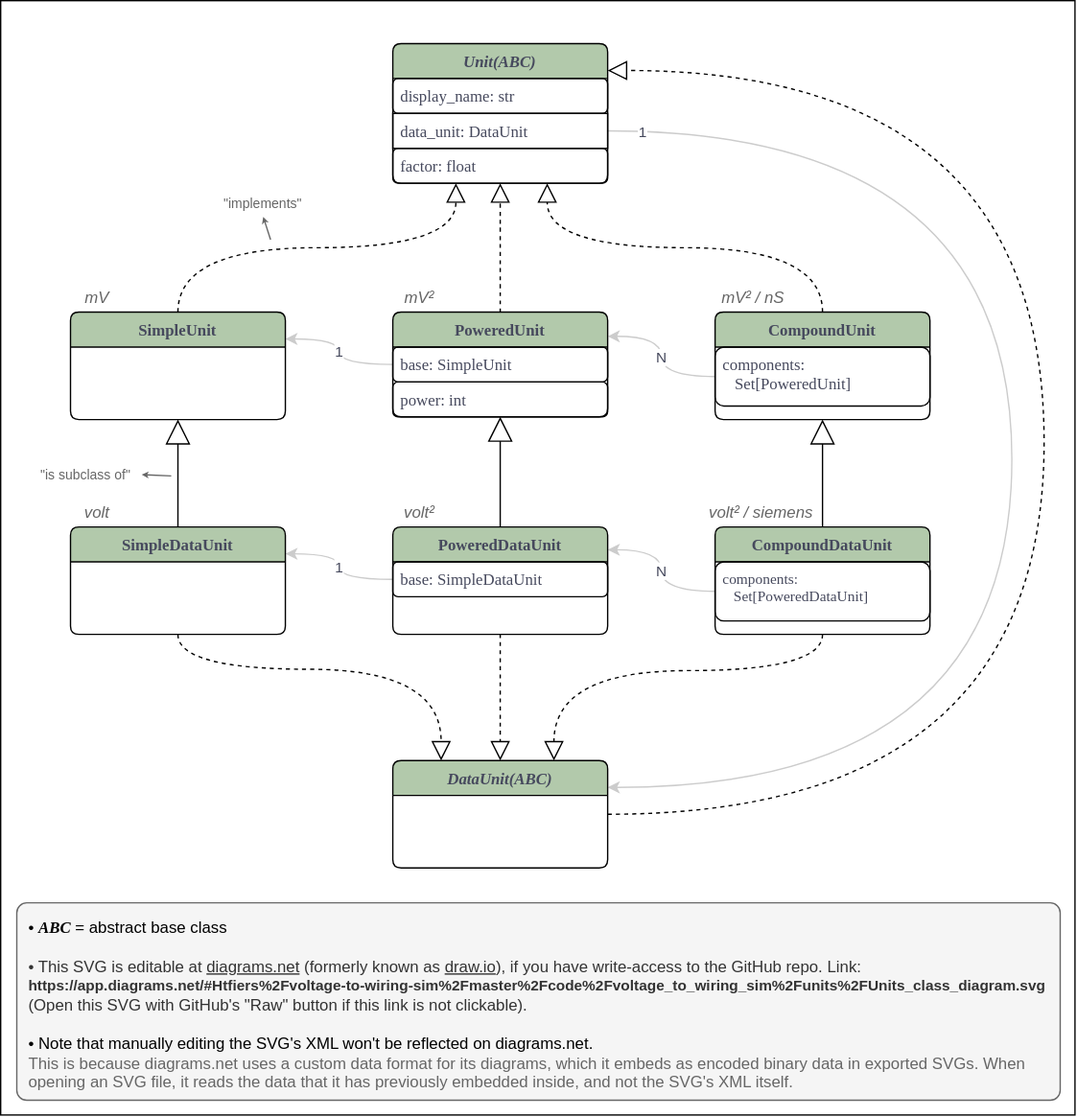
Before: code/voltage_to_wiring_sim/units/Units_class_diagram.svg, a diagram exported from draw.io (tfiers/phd). Source tidied: cells renumbered, new cells last; positions are measured from the earlier drawing's top-left corner, leaving out a move shared by most shapes.
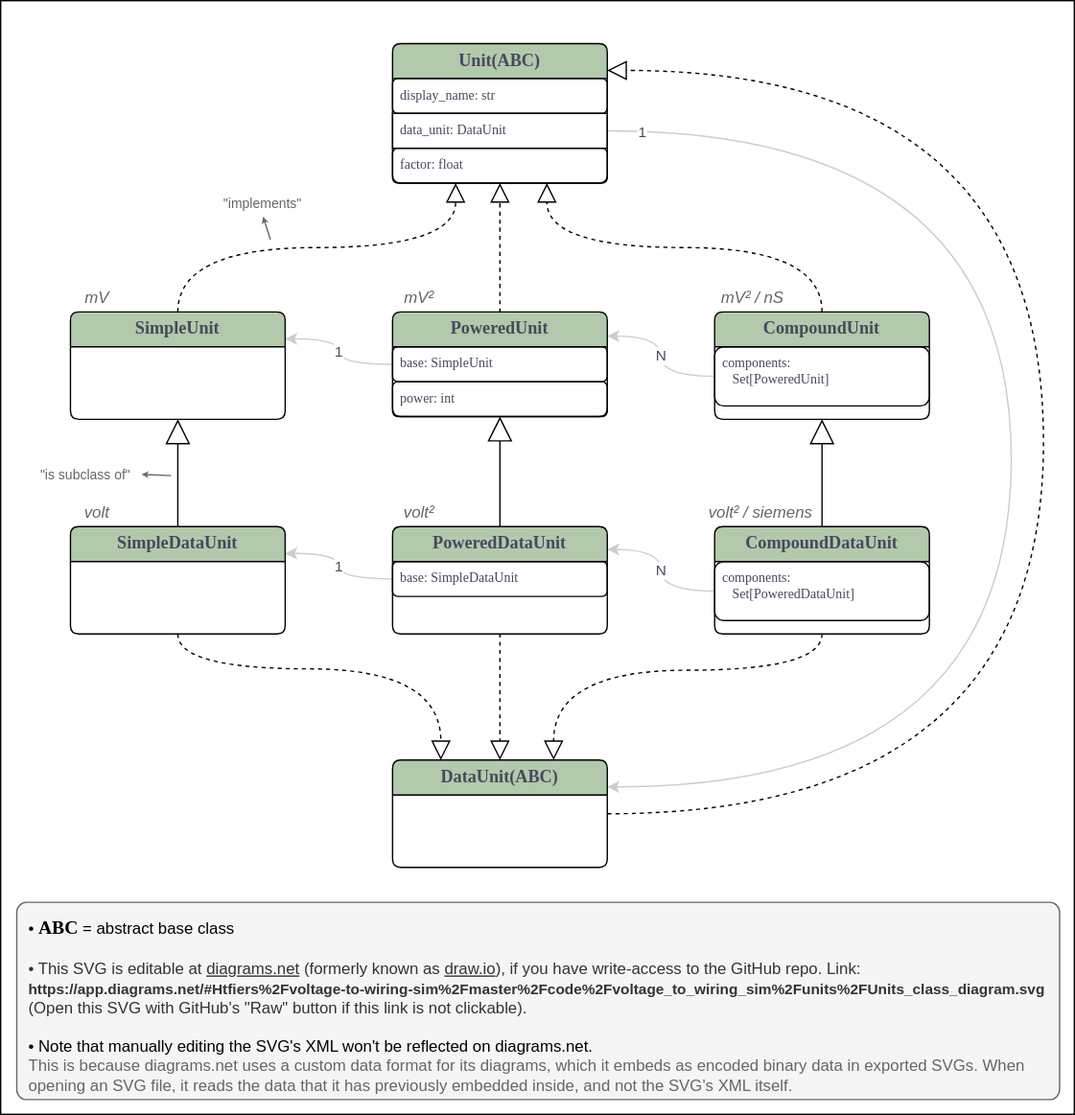
The same file after the commit.

Commit message:
Units_class_diagram: smaller font for attributes

The edit, as a diff of the source:
```diff
@@ -79,7 +79,7 @@
         </Array>
       </mxGeometry>
     </mxCell>
-    <mxCell id="16" value="&lt;span style=&quot;color: rgb(0 , 0 , 0) ; text-align: center&quot;&gt;• &lt;i&gt;&lt;b&gt;&lt;font face=&quot;Lucida Console&quot;&gt;ABC&lt;/font&gt;&lt;/b&gt;&lt;/i&gt; = abstract base class&lt;/span&gt;&lt;i&gt;&lt;br&gt;&lt;br&gt;&lt;/i&gt;• This SVG is editable at &lt;u&gt;diagrams.net&lt;/u&gt;&amp;nbsp;(formerly known as &lt;u&gt;draw.io&lt;/u&gt;), if you have write-access to the GitHub repo. Link:&lt;br&gt;&lt;a href=&quot;https://app.diagrams.net/#Htfiers%2Fvoltage-to-wiring-sim%2Fmaster%2Fcode%2Fvoltage_to_wiring_sim%2Funits%2FUnits_class_diagram.svg&quot;&gt;&lt;font style=&quot;font-size: 11px&quot;&gt;&lt;b&gt;https://app.diagrams.net/#Htfiers%2Fvoltage-to-wiring-sim%2Fmaster%2Fcode%2Fvoltage_to_wiring_sim%2Funits%2FUnits_class_diagram.svg&lt;/b&gt;&lt;/font&gt;&lt;/a&gt;&lt;br&gt;(Open this SVG with GitHub's &quot;Raw&quot; button if this link is not clickable).&lt;br&gt;&lt;font style=&quot;color: rgb(102 , 102 , 102) ; font-size: 8px ; line-height: 80%&quot;&gt;&amp;nbsp;&lt;/font&gt;&lt;br&gt;&lt;font color=&quot;#000000&quot;&gt;• Note that manually editing the SVG's XML won't be reflected on diagrams.net.&lt;/font&gt;&lt;br&gt;&lt;font color=&quot;#666666&quot;&gt;This is because diagrams.net uses a custom data format for its diagrams, which it embeds as encoded binary data in exported SVGs. When opening an SVG file, it reads the data that it has previously embedded inside, and not the SVG's XML itself.&lt;/font&gt;" style="text;html=1;align=left;verticalAlign=top;whiteSpace=wrap;rounded=1;fontSize=12;strokeColor=#666666;fillColor=#f5f5f5;fontColor=#333333;perimeterSpacing=8;arcSize=5;spacing=9;shadow=0;spacingTop=-2;" parent="1" vertex="1">
+    <mxCell id="16" value="&lt;span style=&quot;color: rgb(0 , 0 , 0) ; text-align: center&quot;&gt;• &lt;b&gt;&lt;font face=&quot;Lucida Console&quot; style=&quot;font-size: 14px&quot;&gt;ABC&lt;/font&gt;&lt;/b&gt; = abstract base class&lt;/span&gt;&lt;i&gt;&lt;br&gt;&lt;br&gt;&lt;/i&gt;• This SVG is editable at &lt;u&gt;diagrams.net&lt;/u&gt;&amp;nbsp;(formerly known as &lt;u&gt;draw.io&lt;/u&gt;), if you have write-access to the GitHub repo. Link:&lt;br&gt;&lt;a href=&quot;https://app.diagrams.net/#Htfiers%2Fvoltage-to-wiring-sim%2Fmaster%2Fcode%2Fvoltage_to_wiring_sim%2Funits%2FUnits_class_diagram.svg&quot;&gt;&lt;font style=&quot;font-size: 11px&quot;&gt;&lt;b&gt;https://app.diagrams.net/#Htfiers%2Fvoltage-to-wiring-sim%2Fmaster%2Fcode%2Fvoltage_to_wiring_sim%2Funits%2FUnits_class_diagram.svg&lt;/b&gt;&lt;/font&gt;&lt;/a&gt;&lt;br&gt;(Open this SVG with GitHub's &quot;Raw&quot; button if this link is not clickable).&lt;br&gt;&lt;font style=&quot;color: rgb(102 , 102 , 102) ; font-size: 8px ; line-height: 80%&quot;&gt;&amp;nbsp;&lt;/font&gt;&lt;br&gt;&lt;font color=&quot;#000000&quot;&gt;• Note that manually editing the SVG's XML won't be reflected on diagrams.net.&lt;/font&gt;&lt;br&gt;&lt;font color=&quot;#666666&quot;&gt;This is because diagrams.net uses a custom data format for its diagrams, which it embeds as encoded binary data in exported SVGs. When opening an SVG file, it reads the data that it has previously embedded inside, and not the SVG's XML itself.&lt;/font&gt;" style="text;html=1;align=left;verticalAlign=top;whiteSpace=wrap;rounded=1;fontSize=12;strokeColor=#666666;fillColor=#f5f5f5;fontColor=#333333;perimeterSpacing=8;arcSize=5;spacing=9;shadow=0;spacingTop=-2;" parent="1" vertex="1">
       <mxGeometry x="12" y="672" width="777" height="147" as="geometry" />
     </mxCell>
     <mxCell id="17" value="mV" style="text;html=1;align=center;verticalAlign=middle;whiteSpace=wrap;rounded=0;fontSize=12;fontColor=#666666;fontStyle=2;" parent="1" vertex="1">
@@ -132,52 +132,52 @@
     <mxCell id="29" value="1" style="endArrow=none;html=1;exitX=1;exitY=0.25;exitDx=0;exitDy=0;fontColor=#46495D;startArrow=classic;startFill=1;edgeStyle=orthogonalEdgeStyle;curved=1;strokeColor=#CCCCCC;" parent="1" edge="1" source="30" target="36">
       <mxGeometry relative="1" as="geometry" />
     </mxCell>
-    <mxCell id="30" value="SimpleUnit" style="swimlane;fontStyle=1;align=center;verticalAlign=top;horizontal=1;startSize=26;shadow=0;strokeWidth=1;spacing=0;fillColor=#B2C9AB;strokeColor=#000000;fontColor=#46495D;rounded=1;arcSize=8;spacingTop=2;fontFamily=Lucida Console;" parent="1" vertex="1">
+    <mxCell id="30" value="SimpleUnit" style="swimlane;fontStyle=1;align=center;verticalAlign=top;horizontal=1;startSize=26;shadow=0;strokeWidth=1;spacing=0;fillColor=#B2C9AB;strokeColor=#000000;fontColor=#46495D;rounded=1;arcSize=8;spacingTop=0;fontFamily=Lucida Console;fontSize=13;" parent="1" vertex="1">
       <mxGeometry x="52" y="232" width="160" height="80" as="geometry" />
     </mxCell>
-    <mxCell id="31" value="Unit(ABC)" style="swimlane;fontStyle=3;align=center;verticalAlign=top;horizontal=1;startSize=26;shadow=0;strokeWidth=1;spacing=0;fillColor=#B2C9AB;strokeColor=#000000;fontColor=#46495D;rounded=1;arcSize=8;spacingTop=2;fontFamily=Lucida Console;" parent="1" vertex="1">
+    <mxCell id="31" value="Unit(ABC)" style="swimlane;fontStyle=1;align=center;verticalAlign=top;horizontal=1;startSize=26;shadow=0;strokeWidth=1;spacing=0;fillColor=#B2C9AB;strokeColor=#000000;fontColor=#46495D;rounded=1;arcSize=8;spacingTop=0;fontFamily=Lucida Console;fontSize=13;" parent="1" vertex="1">
       <mxGeometry x="292" y="32" width="160" height="104" as="geometry" />
     </mxCell>
-    <mxCell id="32" value="display_name: str" style="text;fillColor=none;align=left;verticalAlign=top;spacingLeft=4;spacingRight=4;overflow=hidden;fontColor=#46495D;rounded=1;fontFamily=Lucida Console;strokeColor=#000000;" parent="31" vertex="1">
+    <mxCell id="32" value="display_name: str" style="text;fillColor=none;align=left;verticalAlign=top;spacingLeft=4;spacingRight=4;overflow=hidden;fontColor=#46495D;rounded=1;fontFamily=Lucida Console;strokeColor=#000000;fontSize=10;" parent="31" vertex="1">
       <mxGeometry y="26" width="160" height="26" as="geometry" />
     </mxCell>
-    <mxCell id="33" value="data_unit: DataUnit" style="text;fillColor=none;align=left;verticalAlign=top;spacingLeft=4;spacingRight=4;overflow=hidden;points=[[0,0.5],[1,0.5]];portConstraint=eastwest;fontColor=#46495D;rounded=0;fontFamily=Lucida Console;strokeColor=#000000;" parent="31" vertex="1">
+    <mxCell id="33" value="data_unit: DataUnit" style="text;fillColor=none;align=left;verticalAlign=top;spacingLeft=4;spacingRight=4;overflow=hidden;points=[[0,0.5],[1,0.5]];portConstraint=eastwest;fontColor=#46495D;rounded=0;fontFamily=Lucida Console;strokeColor=#000000;fontSize=10;" parent="31" vertex="1">
       <mxGeometry y="52" width="160" height="26" as="geometry" />
     </mxCell>
-    <mxCell id="34" value="factor: float" style="text;fillColor=none;align=left;verticalAlign=top;spacingLeft=4;spacingRight=4;overflow=hidden;fontColor=#46495D;rounded=1;fontFamily=Lucida Console;strokeColor=#000000;" parent="31" vertex="1">
+    <mxCell id="34" value="factor: float" style="text;fillColor=none;align=left;verticalAlign=top;spacingLeft=4;spacingRight=4;overflow=hidden;fontColor=#46495D;rounded=1;fontFamily=Lucida Console;strokeColor=#000000;fontSize=10;" parent="31" vertex="1">
       <mxGeometry y="78" width="160" height="26" as="geometry" />
     </mxCell>
-    <mxCell id="35" value="PoweredUnit" style="swimlane;fontStyle=1;align=center;verticalAlign=top;horizontal=1;startSize=26;shadow=0;strokeWidth=1;spacing=0;fillColor=#B2C9AB;strokeColor=#000000;fontColor=#46495D;rounded=1;arcSize=8;spacingTop=2;fontFamily=Lucida Console;" parent="1" vertex="1">
+    <mxCell id="35" value="PoweredUnit" style="swimlane;fontStyle=1;align=center;verticalAlign=top;horizontal=1;startSize=26;shadow=0;strokeWidth=1;spacing=0;fillColor=#B2C9AB;strokeColor=#000000;fontColor=#46495D;rounded=1;arcSize=8;spacingTop=0;fontFamily=Lucida Console;fontSize=13;" parent="1" vertex="1">
       <mxGeometry x="292" y="232" width="160" height="78" as="geometry" />
     </mxCell>
-    <mxCell id="36" value="base: SimpleUnit" style="text;fillColor=none;align=left;verticalAlign=top;spacingLeft=4;spacingRight=4;overflow=hidden;points=[[0,0.5],[1,0.5]];portConstraint=eastwest;fontColor=#46495D;rounded=1;fontFamily=Lucida Console;strokeColor=#000000;" parent="35" vertex="1">
+    <mxCell id="36" value="base: SimpleUnit" style="text;fillColor=none;align=left;verticalAlign=top;spacingLeft=4;spacingRight=4;overflow=hidden;points=[[0,0.5],[1,0.5]];portConstraint=eastwest;fontColor=#46495D;rounded=1;fontFamily=Lucida Console;strokeColor=#000000;fontSize=10;" parent="35" vertex="1">
       <mxGeometry y="26" width="160" height="26" as="geometry" />
     </mxCell>
-    <mxCell id="37" value="power: int" style="text;fillColor=none;align=left;verticalAlign=top;spacingLeft=4;spacingRight=4;overflow=hidden;rounded=1;fontSize=12;fontColor=#46495D;fontFamily=Lucida Console;strokeColor=#000000;" parent="35" vertex="1">
+    <mxCell id="37" value="power: int" style="text;fillColor=none;align=left;verticalAlign=top;spacingLeft=4;spacingRight=4;overflow=hidden;rounded=1;fontSize=10;fontColor=#46495D;fontFamily=Lucida Console;strokeColor=#000000;" parent="35" vertex="1">
       <mxGeometry y="52" width="160" height="26" as="geometry" />
     </mxCell>
-    <mxCell id="38" value="PoweredDataUnit" style="swimlane;fontStyle=1;align=center;verticalAlign=top;horizontal=1;startSize=26;shadow=0;strokeWidth=1;spacing=0;fillColor=#B2C9AB;strokeColor=#000000;fontColor=#46495D;rounded=1;arcSize=8;spacingTop=2;fontFamily=Lucida Console;" parent="1" vertex="1">
+    <mxCell id="38" value="PoweredDataUnit" style="swimlane;fontStyle=1;align=center;verticalAlign=top;horizontal=1;startSize=26;shadow=0;strokeWidth=1;spacing=0;fillColor=#B2C9AB;strokeColor=#000000;fontColor=#46495D;rounded=1;arcSize=8;spacingTop=0;fontFamily=Lucida Console;fontSize=13;" parent="1" vertex="1">
       <mxGeometry x="292" y="392" width="160" height="80" as="geometry" />
     </mxCell>
-    <mxCell id="39" value="base: SimpleDataUnit" style="text;fillColor=none;align=left;verticalAlign=top;spacingLeft=4;spacingRight=4;overflow=hidden;points=[[0,0.5],[1,0.5]];portConstraint=eastwest;rounded=1;fontFamily=Lucida Console;fontColor=#46495D;strokeColor=#000000;" parent="38" vertex="1">
+    <mxCell id="39" value="base: SimpleDataUnit" style="text;fillColor=none;align=left;verticalAlign=top;spacingLeft=4;spacingRight=4;overflow=hidden;points=[[0,0.5],[1,0.5]];portConstraint=eastwest;rounded=1;fontFamily=Lucida Console;fontColor=#46495D;strokeColor=#000000;fontSize=10;" parent="38" vertex="1">
       <mxGeometry y="26" width="160" height="26" as="geometry" />
     </mxCell>
-    <mxCell id="40" value="SimpleDataUnit" style="swimlane;fontStyle=1;align=center;verticalAlign=top;horizontal=1;startSize=26;shadow=0;strokeWidth=1;spacing=0;fillColor=#B2C9AB;strokeColor=#000000;fontColor=#46495D;rounded=1;arcSize=8;spacingTop=2;fontFamily=Lucida Console;" parent="1" vertex="1">
+    <mxCell id="40" value="SimpleDataUnit" style="swimlane;fontStyle=1;align=center;verticalAlign=top;horizontal=1;startSize=26;shadow=0;strokeWidth=1;spacing=0;fillColor=#B2C9AB;strokeColor=#000000;fontColor=#46495D;rounded=1;arcSize=8;spacingTop=0;fontFamily=Lucida Console;fontSize=13;" parent="1" vertex="1">
       <mxGeometry x="52" y="392" width="160" height="80" as="geometry" />
     </mxCell>
-    <mxCell id="41" value="CompoundDataUnit" style="swimlane;fontStyle=1;align=center;verticalAlign=top;horizontal=1;startSize=26;shadow=0;strokeWidth=1;spacing=0;fillColor=#B2C9AB;strokeColor=#000000;fontColor=#46495D;rounded=1;arcSize=8;spacingTop=2;fontFamily=Lucida Console;" parent="1" vertex="1">
+    <mxCell id="41" value="CompoundDataUnit" style="swimlane;fontStyle=1;align=center;verticalAlign=top;horizontal=1;startSize=26;shadow=0;strokeWidth=1;spacing=0;fillColor=#B2C9AB;strokeColor=#000000;fontColor=#46495D;rounded=1;arcSize=8;spacingTop=0;fontFamily=Lucida Console;fontSize=13;" parent="1" vertex="1">
       <mxGeometry x="532" y="392" width="160" height="80" as="geometry" />
     </mxCell>
-    <mxCell id="42" value="components:&#10;   Set[PoweredDataUnit]" style="text;fillColor=none;align=left;verticalAlign=top;spacingLeft=4;spacingRight=4;overflow=hidden;points=[[0,0.5],[1,0.5]];portConstraint=eastwest;rounded=1;fontColor=#46495D;fontSize=11;fontFamily=Lucida Console;strokeColor=#000000;" parent="41" vertex="1">
+    <mxCell id="42" value="components:&#10;   Set[PoweredDataUnit]" style="text;fillColor=none;align=left;verticalAlign=top;spacingLeft=4;spacingRight=4;overflow=hidden;points=[[0,0.5],[1,0.5]];portConstraint=eastwest;rounded=1;fontColor=#46495D;fontSize=10;fontFamily=Lucida Console;strokeColor=#000000;" parent="41" vertex="1">
       <mxGeometry y="26" width="160" height="44" as="geometry" />
     </mxCell>
-    <mxCell id="43" value="CompoundUnit" style="swimlane;fontStyle=1;align=center;verticalAlign=top;horizontal=1;startSize=26;shadow=0;strokeWidth=1;spacing=0;fillColor=#B2C9AB;strokeColor=#000000;fontColor=#46495D;rounded=1;arcSize=8;spacingTop=2;fontFamily=Lucida Console;" parent="1" vertex="1">
+    <mxCell id="43" value="CompoundUnit" style="swimlane;fontStyle=1;align=center;verticalAlign=top;horizontal=1;startSize=26;shadow=0;strokeWidth=1;spacing=0;fillColor=#B2C9AB;strokeColor=#000000;fontColor=#46495D;rounded=1;arcSize=8;spacingTop=0;fontFamily=Lucida Console;fontSize=13;" parent="1" vertex="1">
       <mxGeometry x="532" y="232" width="160" height="80" as="geometry" />
     </mxCell>
-    <mxCell id="44" value="components:&#10;   Set[PoweredUnit]" style="text;fillColor=none;align=left;verticalAlign=top;spacingLeft=4;spacingRight=4;overflow=hidden;points=[[0,0.5],[1,0.5]];portConstraint=eastwest;rounded=1;fontColor=#46495D;fontFamily=Lucida Console;strokeColor=#000000;" parent="43" vertex="1">
+    <mxCell id="44" value="components:&#10;   Set[PoweredUnit]" style="text;fillColor=none;align=left;verticalAlign=top;spacingLeft=4;spacingRight=4;overflow=hidden;points=[[0,0.5],[1,0.5]];portConstraint=eastwest;rounded=1;fontColor=#46495D;fontFamily=Lucida Console;strokeColor=#000000;fontSize=10;" parent="43" vertex="1">
       <mxGeometry y="26" width="160" height="44" as="geometry" />
     </mxCell>
-    <mxCell id="45" value="DataUnit(ABC)" style="swimlane;fontStyle=3;align=center;verticalAlign=top;horizontal=1;startSize=26;shadow=0;strokeWidth=1;spacing=0;fillColor=#B2C9AB;fontColor=#46495D;rounded=1;arcSize=8;spacingTop=2;fontFamily=Lucida Console;" parent="1" vertex="1">
+    <mxCell id="45" value="DataUnit(ABC)" style="swimlane;fontStyle=1;align=center;verticalAlign=top;horizontal=1;startSize=26;shadow=0;strokeWidth=1;spacing=0;fillColor=#B2C9AB;fontColor=#46495D;rounded=1;arcSize=8;spacingTop=0;fontFamily=Lucida Console;fontSize=13;" parent="1" vertex="1">
       <mxGeometry x="292" y="566" width="160" height="80" as="geometry" />
     </mxCell>
   </root>
```
